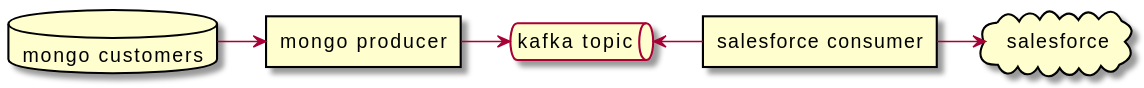
Above: .generated_diagrams/current-component.svg in dspasojevic/plantuml-actions-test (PlantUML), before the change. Source of this version:
```plantuml
@startuml
database "mongo customers" as mc
rectangle "mongo producer" as mp
queue "kafka topic" as topic
rectangle "salesforce consumer" as sc
cloud "salesforce" as sf

mc -right-> mp
mp -right-> topic
sc -left-> topic
sc -right-> sf
@enduml
```
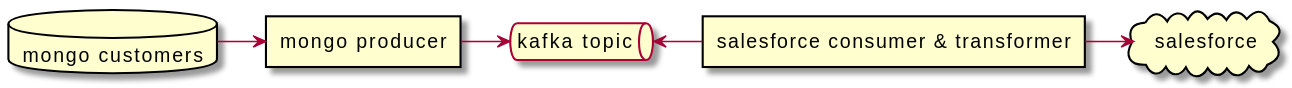
Later version of the same file.

Diff of the diagram source:
```diff
@@ -2,7 +2,7 @@
 database "mongo customers" as mc
 rectangle "mongo producer" as mp
 queue "kafka topic" as topic
-rectangle "salesforce consumer" as sc
+rectangle "salesforce consumer & transformer" as sc
 cloud "salesforce" as sf
 
 mc -right-> mp
```
